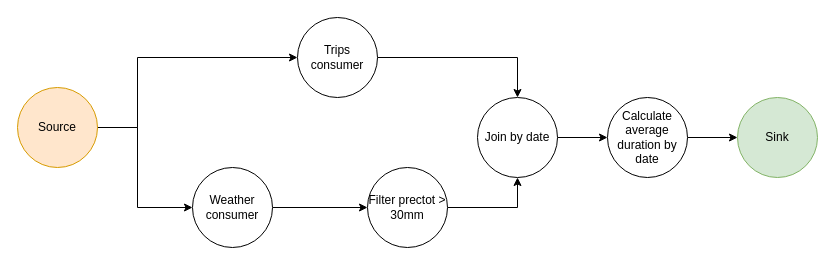
leogm99/tp3-bike-rides-analyzer keeps this draw.io diagram as docs/dag_average_trip_duration_rainy_days.drawio. Above is the earlier version. Source tidied: cells renumbered, new cells numbered last; positions are measured from the earlier drawing's top-left corner, leaving out a move shared by most shapes. Both pictures are drawn from the tidied source at 100%, with x=0, y=0 at pixel (17, 17).
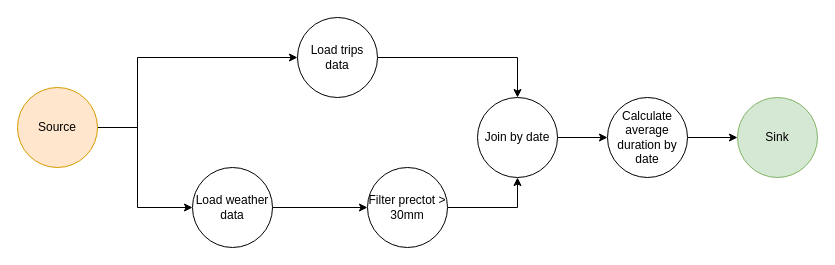
The same page after the edit.

Change to the diagram source:
```diff
@@
 <mxGraphModel>
   <root>
     <mxCell id="0" />
     <mxCell id="1" parent="0" />
     <mxCell id="2" style="edgeStyle=orthogonalEdgeStyle;rounded=0;jettySize=auto;html=1;entryX=0;entryY=0.5;entryDx=0;entryDy=0;" parent="1" edge="1" source="4" target="8">
       <mxGeometry relative="1" as="geometry">
         <Array as="points">
           <mxPoint x="120" y="110" />
           <mxPoint x="120" y="190" />
         </Array>
       </mxGeometry>
     </mxCell>
     <mxCell id="3" style="edgeStyle=orthogonalEdgeStyle;rounded=0;jettySize=auto;html=1;entryX=0;entryY=0.5;entryDx=0;entryDy=0;" parent="1" edge="1" source="4" target="6">
       <mxGeometry relative="1" as="geometry">
         <Array as="points">
           <mxPoint x="120" y="110" />
           <mxPoint x="120" y="40" />
         </Array>
       </mxGeometry>
     </mxCell>
     <mxCell id="4" value="Source" style="ellipse;whiteSpace=wrap;html=1;fillColor=#ffe6cc;strokeColor=#d79b00;" parent="1" vertex="1">
       <mxGeometry y="70" width="80" height="80" as="geometry" />
     </mxCell>
     <mxCell id="5" style="edgeStyle=orthogonalEdgeStyle;rounded=0;jettySize=auto;html=1;entryX=0.5;entryY=0;entryDx=0;entryDy=0;" parent="1" edge="1" source="6" target="12">
       <mxGeometry relative="1" as="geometry" />
     </mxCell>
-    <mxCell id="6" value="Trips consumer" style="ellipse;whiteSpace=wrap;html=1;" parent="1" vertex="1">
+    <mxCell id="6" value="Load trips data" style="ellipse;whiteSpace=wrap;html=1;" parent="1" vertex="1">
       <mxGeometry x="280" width="80" height="80" as="geometry" />
     </mxCell>
     <mxCell id="7" style="edgeStyle=orthogonalEdgeStyle;rounded=0;jettySize=auto;html=1;" parent="1" edge="1" source="8" target="10">
       <mxGeometry relative="1" as="geometry" />
     </mxCell>
-    <mxCell id="8" value="Weather consumer" style="ellipse;whiteSpace=wrap;html=1;" parent="1" vertex="1">
+    <mxCell id="8" value="Load weather data" style="ellipse;whiteSpace=wrap;html=1;" parent="1" vertex="1">
       <mxGeometry x="175" y="150" width="80" height="80" as="geometry" />
     </mxCell>
     <mxCell id="9" style="edgeStyle=orthogonalEdgeStyle;rounded=0;jettySize=auto;html=1;entryX=0.5;entryY=1;entryDx=0;entryDy=0;" parent="1" edge="1" source="10" target="12">
       <mxGeometry relative="1" as="geometry" />
     </mxCell>
     <mxCell id="10" value="Filter prectot &amp;gt; 30mm" style="ellipse;whiteSpace=wrap;html=1;" parent="1" vertex="1">
       <mxGeometry x="350" y="150" width="80" height="80" as="geometry" />
     </mxCell>
     <mxCell id="11" style="edgeStyle=orthogonalEdgeStyle;rounded=0;jettySize=auto;html=1;" parent="1" edge="1" source="12" target="14">
       <mxGeometry relative="1" as="geometry" />
     </mxCell>
     <mxCell id="12" value="Join by date" style="ellipse;whiteSpace=wrap;html=1;" parent="1" vertex="1">
       <mxGeometry x="460" y="80" width="80" height="80" as="geometry" />
     </mxCell>
     <mxCell id="13" style="edgeStyle=orthogonalEdgeStyle;rounded=0;jettySize=auto;html=1;" parent="1" edge="1" source="14" target="15">
       <mxGeometry relative="1" as="geometry" />
     </mxCell>
     <mxCell id="14" value="Calculate average duration by date" style="ellipse;whiteSpace=wrap;html=1;" parent="1" vertex="1">
       <mxGeometry x="590" y="80" width="80" height="80" as="geometry" />
     </mxCell>
     <mxCell id="15" value="Sink" style="ellipse;whiteSpace=wrap;html=1;fillColor=#d5e8d4;strokeColor=#82b366;" parent="1" vertex="1">
       <mxGeometry x="720" y="80" width="80" height="80" as="geometry" />
     </mxCell>
   </root>
 </mxGraphModel>
```
